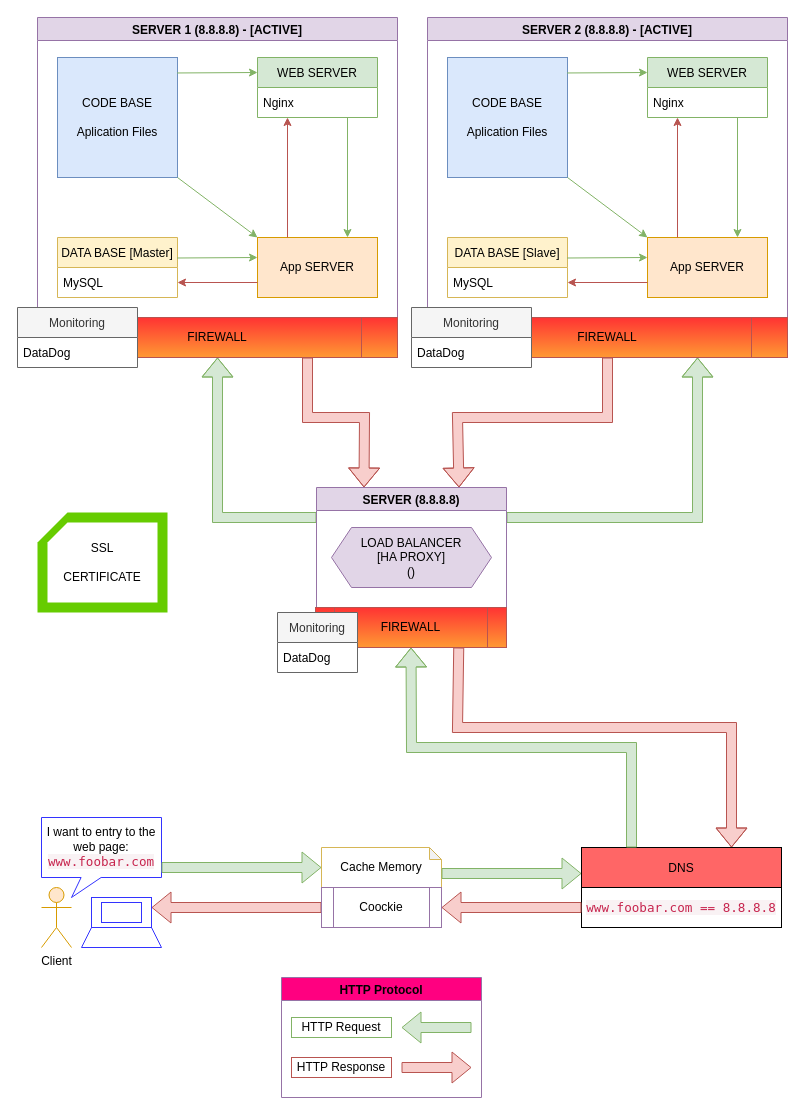
Earlier version of the draw.io diagram page "Task 02" (3 of 3) of Untitled Diagram.drawio (humtej1204/Other-information). Source tidied: cells renumbered, new cells numbered last; positions are measured from the earlier drawing's top-left corner, leaving out a move shared by most shapes. Both pictures are drawn from the tidied source at 100%, with x=0, y=0 at pixel (17, 17).
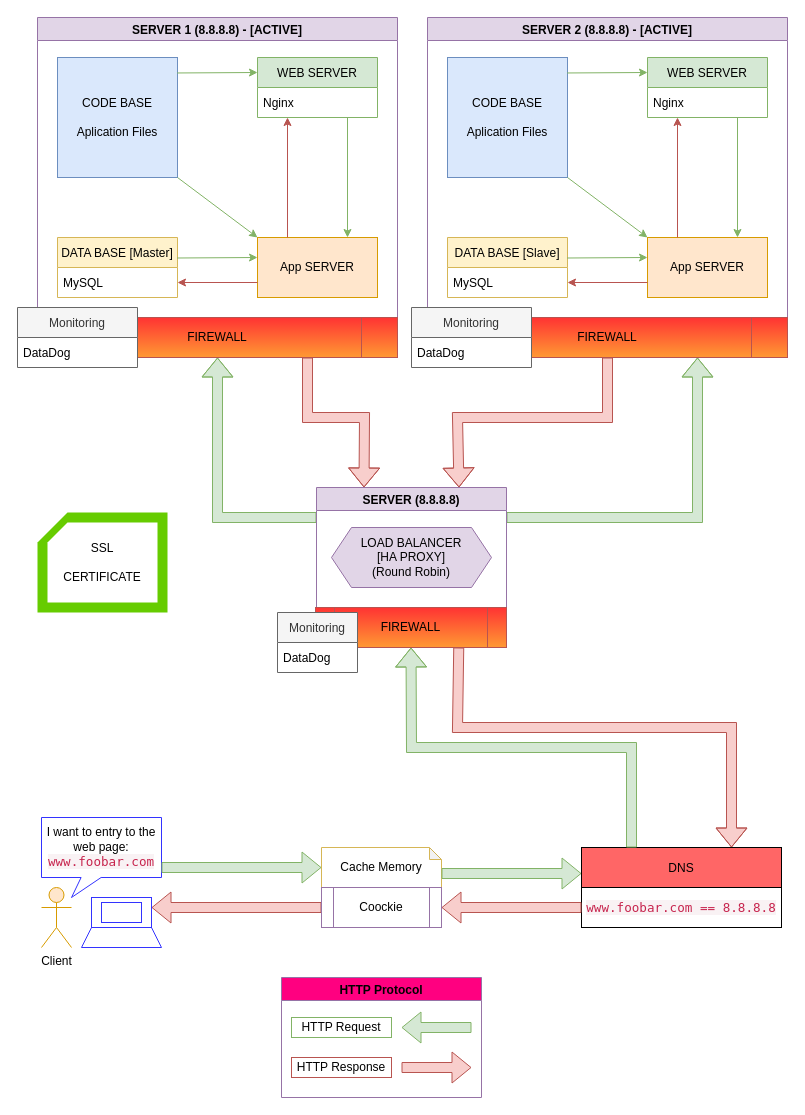
Above is the later version.

Unchanged cells that the change refers to:
```xml
<mxCell id="33" value="SERVER (8.8.8.8)" style="swimlane;fillColor=#e1d5e7;strokeColor=#9673a6;swimlaneFillColor=default;startSize=23;" parent="32" vertex="1">
  <mxGeometry x="39" width="190" height="120" as="geometry" />
</mxCell>
```

Diff of the diagram source:
```diff
@@
-    <mxCell id="34" value="LOAD BALANCER&lt;br&gt;[HA PROXY]&lt;br&gt;()" style="shape=hexagon;perimeter=hexagonPerimeter2;whiteSpace=wrap;html=1;fixedSize=1;fillColor=#e1d5e7;strokeColor=#9673a6;" parent="33" vertex="1">
+    <mxCell id="34" value="LOAD BALANCER&lt;br&gt;[HA PROXY]&lt;br&gt;(Round Robin)" style="shape=hexagon;perimeter=hexagonPerimeter2;whiteSpace=wrap;html=1;fixedSize=1;fillColor=#e1d5e7;strokeColor=#9673a6;" parent="33" vertex="1">
       <mxGeometry x="15" y="40" width="160" height="60" as="geometry" />
     </mxCell>
```
